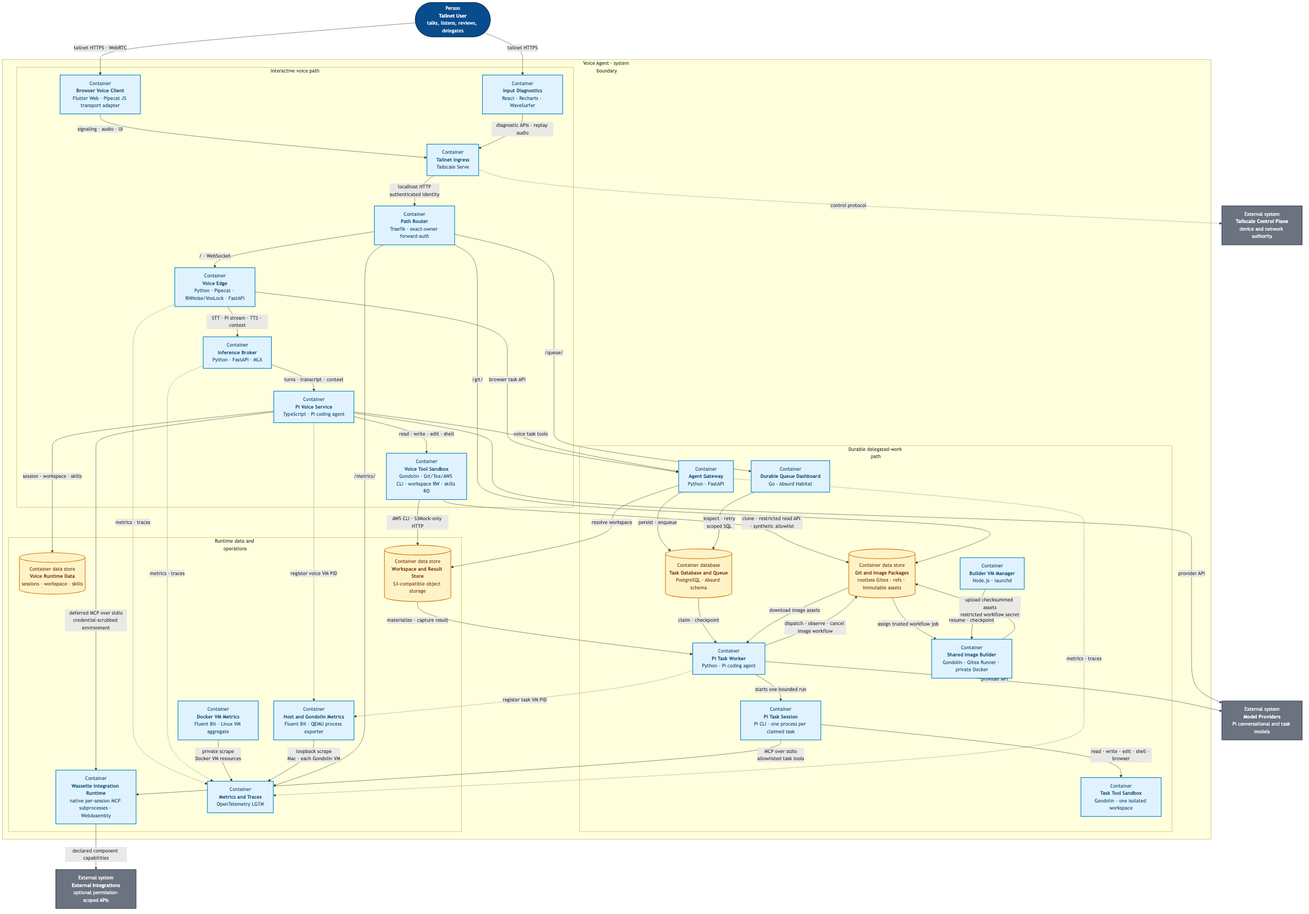
Before: products/voice-agent/docs/architecture/c2-container.png, a diagram exported from Mermaid (ragavsathish/agent-workload-platform). Its source is kept beside it as products/voice-agent/docs/architecture/c2-container.mmd.
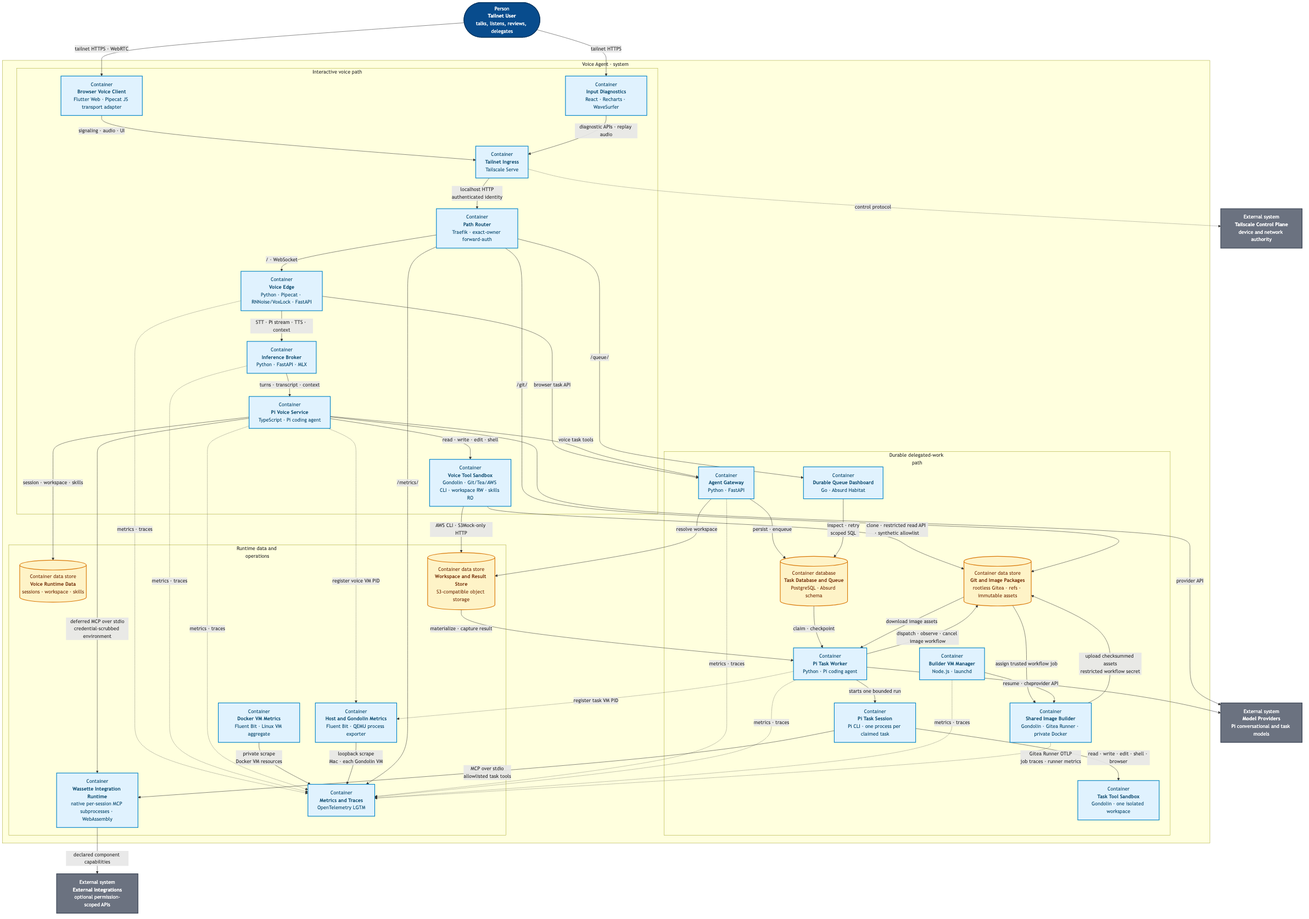
After the commit.

The edit, as a diff of the source:
```diff
@@ -70,7 +70,11 @@
         GITEA -->|"download image assets"| WORKER
         EDGE -.->|"metrics · traces"| OTEL
         BROKER -.->|"metrics · traces"| OTEL
+        PI -.->|"metrics · traces"| OTEL
         GATEWAY -.->|"metrics · traces"| OTEL
+        WORKER -.->|"metrics · traces"| OTEL
+        BUILDER_MANAGER -.->|"metrics · traces"| OTEL
+        BUILDER_VM -.->|"Gitea Runner OTLP<br/>job traces · runner metrics"| OTEL
         PI -.->|"register voice VM PID"| HOST_METRICS
         WORKER -.->|"register task VM PID"| HOST_METRICS
         DOCKER_METRICS -->|"private scrape<br/>Docker VM resources"| OTEL
```
